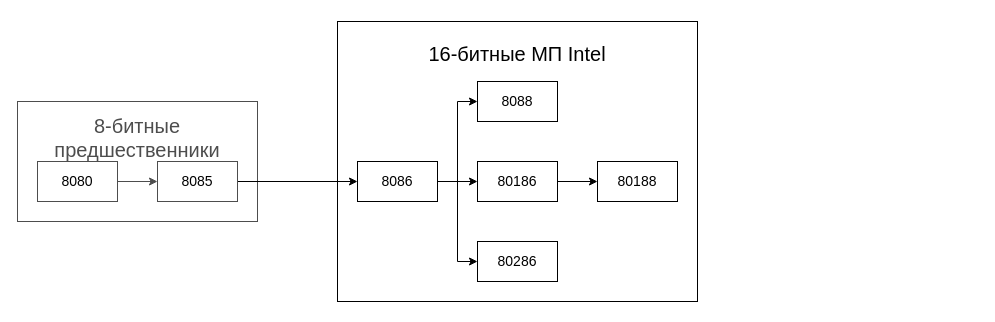
The draw.io diagram Генеалогия 16-битных МП Intel.drawio in DMfananddu/DSM, before the edit. Source tidied: cells renumbered, new cells numbered last; positions are measured from the earlier drawing's top-left corner, leaving out a move shared by most shapes. Both pictures are drawn from the tidied source at 100%, with x=0, y=0 at pixel (17, 21).
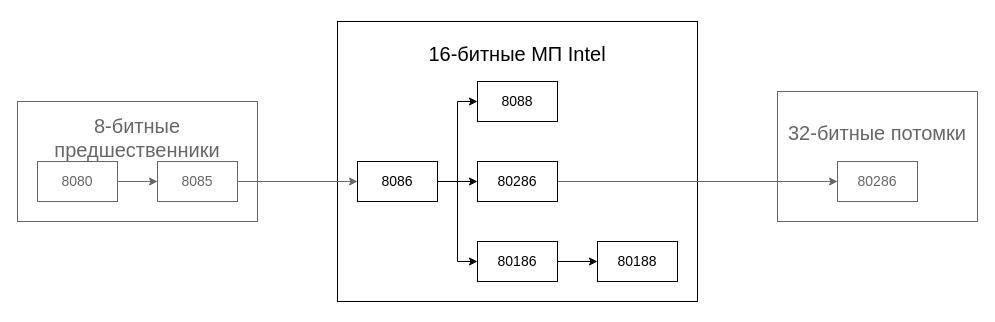
The same diagram, later.

Change to the diagram source:
```diff
@@
 <mxGraphModel>
   <root>
     <mxCell id="0" />
     <mxCell id="1" parent="0" />
+    <mxCell id="17" value="&lt;font color=&quot;#666666&quot; style=&quot;font-size: 20px&quot;&gt;32-битные потомки&lt;br&gt;&lt;br&gt;&lt;br&gt;&lt;/font&gt;" style="rounded=0;whiteSpace=wrap;html=1;strokeWidth=1;fontSize=14;strokeColor=#666666;" parent="1" vertex="1">
+      <mxGeometry x="760" y="70" width="200" height="130" as="geometry" />
+    </mxCell>
-    <mxCell id="2" value="&lt;font color=&quot;#4d4d4d&quot; style=&quot;font-size: 20px&quot;&gt;8-битные предшественники&lt;br&gt;&lt;br&gt;&lt;br&gt;&lt;/font&gt;" style="rounded=0;whiteSpace=wrap;html=1;strokeWidth=1;fontSize=14;strokeColor=#4D4D4D;" parent="1" vertex="1">
+    <mxCell id="2" value="&lt;font color=&quot;#666666&quot; style=&quot;font-size: 20px&quot;&gt;8-битные предшественники&lt;br&gt;&lt;br&gt;&lt;br&gt;&lt;/font&gt;" style="rounded=0;whiteSpace=wrap;html=1;strokeWidth=1;fontSize=14;strokeColor=#666666;" parent="1" vertex="1">
       <mxGeometry y="80" width="240" height="120" as="geometry" />
     </mxCell>
     <mxCell id="3" value="&lt;font style=&quot;font-size: 20px&quot;&gt;&lt;br&gt;16-битные МП Intel&lt;br&gt;&lt;br&gt;&lt;br&gt;&lt;br&gt;&lt;br&gt;&lt;br&gt;&lt;br&gt;&lt;br&gt;&lt;br&gt;&lt;br&gt;&lt;br&gt;&lt;/font&gt;" style="rounded=0;whiteSpace=wrap;html=1;" parent="1" vertex="1">
       <mxGeometry x="320" width="360" height="280" as="geometry" />
     </mxCell>
     <mxCell id="4" style="edgeStyle=orthogonalEdgeStyle;rounded=0;jettySize=auto;html=1;exitX=1;exitY=0.5;exitDx=0;exitDy=0;entryX=0;entryY=0.5;entryDx=0;entryDy=0;" parent="1" edge="1" source="7" target="12">
       <mxGeometry relative="1" as="geometry" />
     </mxCell>
     <mxCell id="5" style="edgeStyle=orthogonalEdgeStyle;rounded=0;jettySize=auto;html=1;exitX=1;exitY=0.5;exitDx=0;exitDy=0;entryX=0;entryY=0.5;entryDx=0;entryDy=0;" parent="1" edge="1" source="7" target="11">
       <mxGeometry relative="1" as="geometry" />
     </mxCell>
     <mxCell id="6" style="edgeStyle=orthogonalEdgeStyle;rounded=0;jettySize=auto;html=1;exitX=1;exitY=0.5;exitDx=0;exitDy=0;entryX=0;entryY=0.5;entryDx=0;entryDy=0;" parent="1" edge="1" source="7" target="9">
       <mxGeometry relative="1" as="geometry" />
     </mxCell>
     <mxCell id="7" value="8086" style="rounded=0;whiteSpace=wrap;html=1;strokeWidth=1;fontSize=14;" parent="1" vertex="1">
       <mxGeometry x="340" y="140" width="80" height="40" as="geometry" />
     </mxCell>
     <mxCell id="8" value="80188" style="rounded=0;whiteSpace=wrap;html=1;strokeWidth=1;fontSize=14;" parent="1" vertex="1">
-      <mxGeometry x="580" y="140" width="80" height="40" as="geometry" />
+      <mxGeometry x="580" y="220" width="80" height="40" as="geometry" />
     </mxCell>
+    <mxCell id="18" style="edgeStyle=orthogonalEdgeStyle;rounded=0;jettySize=auto;html=1;exitX=1;exitY=0.5;exitDx=0;exitDy=0;entryX=0;entryY=0.5;entryDx=0;entryDy=0;strokeColor=#666666;fontSize=14;" parent="1" edge="1" source="9" target="19">
+      <mxGeometry relative="1" as="geometry" />
+    </mxCell>
     <mxCell id="9" value="80286" style="rounded=0;whiteSpace=wrap;html=1;strokeWidth=1;fontSize=14;" parent="1" vertex="1">
-      <mxGeometry x="460" y="220" width="80" height="40" as="geometry" />
+      <mxGeometry x="460" y="140" width="80" height="40" as="geometry" />
     </mxCell>
     <mxCell id="10" style="edgeStyle=orthogonalEdgeStyle;rounded=0;jettySize=auto;html=1;exitX=1;exitY=0.5;exitDx=0;exitDy=0;entryX=0;entryY=0.5;entryDx=0;entryDy=0;" parent="1" edge="1" source="11" target="8">
       <mxGeometry relative="1" as="geometry" />
     </mxCell>
     <mxCell id="11" value="80186" style="rounded=0;whiteSpace=wrap;html=1;strokeWidth=1;fontSize=14;" parent="1" vertex="1">
-      <mxGeometry x="460" y="140" width="80" height="40" as="geometry" />
+      <mxGeometry x="460" y="220" width="80" height="40" as="geometry" />
     </mxCell>
     <mxCell id="12" value="8088" style="rounded=0;whiteSpace=wrap;html=1;strokeWidth=1;fontSize=14;" parent="1" vertex="1">
       <mxGeometry x="460" y="60" width="80" height="40" as="geometry" />
     </mxCell>
-    <mxCell id="13" style="edgeStyle=orthogonalEdgeStyle;rounded=0;jettySize=auto;html=1;exitX=1;exitY=0.5;exitDx=0;exitDy=0;entryX=0;entryY=0.5;entryDx=0;entryDy=0;fontSize=14;" parent="1" edge="1" source="14" target="7">
+    <mxCell id="13" style="edgeStyle=orthogonalEdgeStyle;rounded=0;jettySize=auto;html=1;exitX=1;exitY=0.5;exitDx=0;exitDy=0;entryX=0;entryY=0.5;entryDx=0;entryDy=0;fontSize=14;strokeColor=#666666;" parent="1" edge="1" source="14" target="7">
       <mxGeometry relative="1" as="geometry" />
     </mxCell>
-    <mxCell id="14" value="8085" style="rounded=0;whiteSpace=wrap;html=1;strokeWidth=1;fontSize=14;strokeColor=#4D4D4D;" parent="1" vertex="1">
+    <mxCell id="14" value="&lt;font color=&quot;#666666&quot;&gt;8085&lt;/font&gt;" style="rounded=0;whiteSpace=wrap;html=1;strokeWidth=1;fontSize=14;strokeColor=#666666;" parent="1" vertex="1">
       <mxGeometry x="140" y="140" width="80" height="40" as="geometry" />
     </mxCell>
-    <mxCell id="15" style="edgeStyle=orthogonalEdgeStyle;rounded=0;jettySize=auto;html=1;exitX=1;exitY=0.5;exitDx=0;exitDy=0;entryX=0;entryY=0.5;entryDx=0;entryDy=0;fontSize=14;strokeColor=#4D4D4D;" parent="1" edge="1" source="16" target="14">
+    <mxCell id="15" style="edgeStyle=orthogonalEdgeStyle;rounded=0;jettySize=auto;html=1;exitX=1;exitY=0.5;exitDx=0;exitDy=0;entryX=0;entryY=0.5;entryDx=0;entryDy=0;fontSize=14;strokeColor=#666666;" parent="1" edge="1" source="16" target="14">
       <mxGeometry relative="1" as="geometry" />
     </mxCell>
-    <mxCell id="16" value="8080" style="rounded=0;whiteSpace=wrap;html=1;strokeWidth=1;fontSize=14;strokeColor=#4D4D4D;" parent="1" vertex="1">
+    <mxCell id="16" value="&lt;font color=&quot;#666666&quot;&gt;8080&lt;/font&gt;" style="rounded=0;whiteSpace=wrap;html=1;strokeWidth=1;fontSize=14;strokeColor=#666666;" parent="1" vertex="1">
       <mxGeometry x="20" y="140" width="80" height="40" as="geometry" />
     </mxCell>
+    <mxCell id="19" value="&lt;font color=&quot;#666666&quot;&gt;80286&lt;/font&gt;" style="rounded=0;whiteSpace=wrap;html=1;strokeWidth=1;fontSize=14;strokeColor=#666666;" parent="1" vertex="1">
+      <mxGeometry x="820" y="140" width="80" height="40" as="geometry" />
+    </mxCell>
   </root>
 </mxGraphModel>
```
